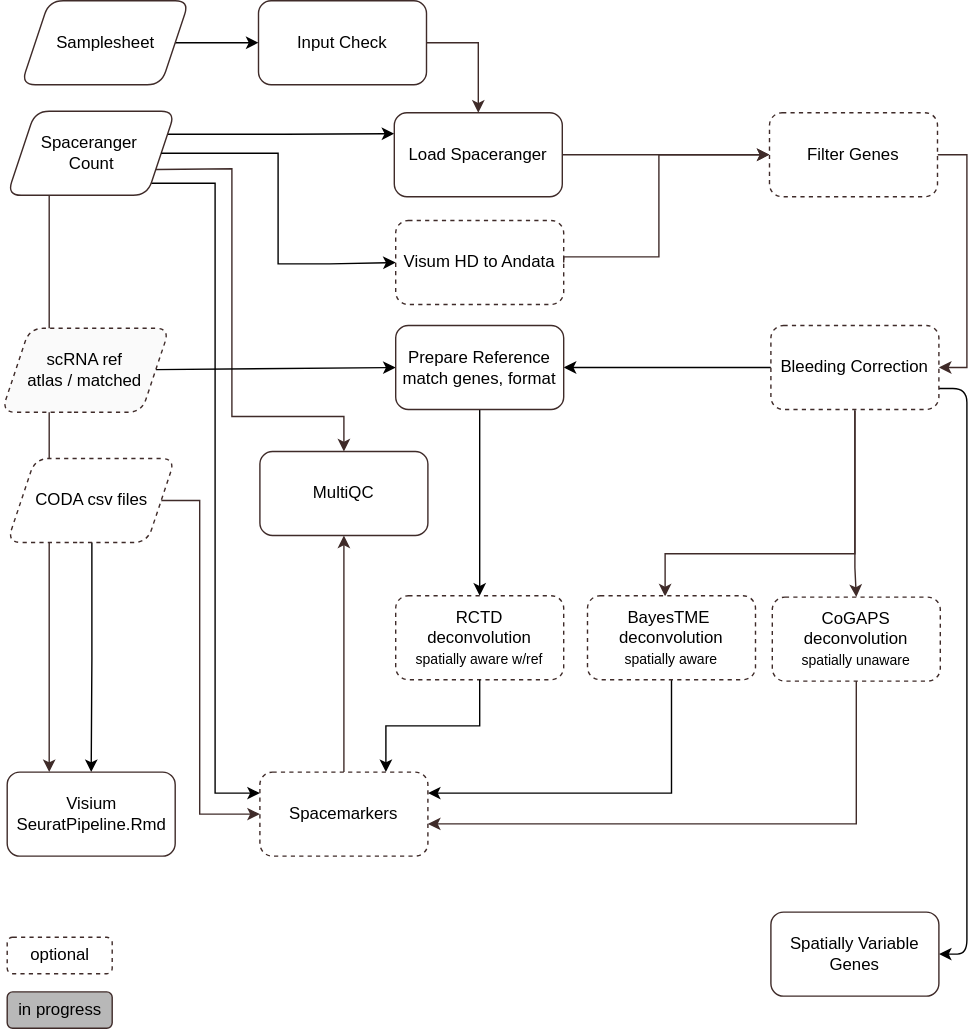
Before: assets/btc-visium.svg, a diagram exported from draw.io (break-through-cancer/btc-spatial-pipelines). Source tidied: cells renumbered, new cells last; positions are measured from the earlier drawing's top-left corner, leaving out a move shared by most shapes.
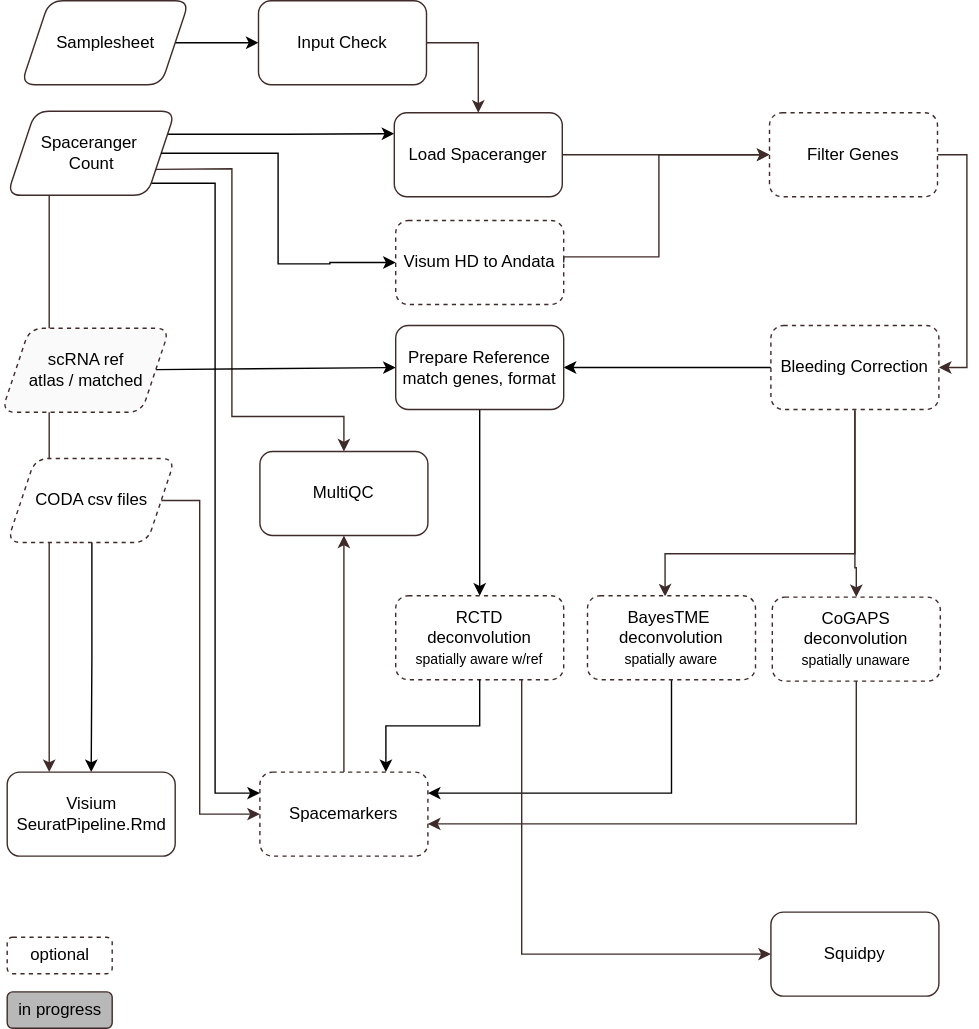
Later version of the same file.

Commit message:
move plotting to squidpy

Diff of the diagram source:
```diff
@@ -87,11 +87,10 @@
     <mxCell id="22" value="MultiQC" style="rounded=1;whiteSpace=wrap;html=1;strokeColor=#3F2B29;" parent="1" vertex="1">
       <mxGeometry x="185" y="322" width="120" height="60" as="geometry" />
     </mxCell>
-    <mxCell id="23" style="edgeStyle=orthogonalEdgeStyle;html=1;exitX=1;exitY=0.75;exitDx=0;exitDy=0;entryX=1;entryY=0.5;entryDx=0;entryDy=0;" parent="1" edge="1" source="25" target="31">
+    <mxCell id="23" style="edgeStyle=orthogonalEdgeStyle;rounded=0;jettySize=auto;html=1;exitX=0.75;exitY=1;exitDx=0;exitDy=0;strokeColor=#3F2B29;" parent="1" edge="1" source="37" target="31">
       <mxGeometry relative="1" as="geometry">
         <Array as="points">
-          <mxPoint x="690" y="277" />
-          <mxPoint x="690" y="681" />
+          <mxPoint x="372" y="681" />
         </Array>
       </mxGeometry>
     </mxCell>
@@ -122,7 +121,7 @@
     <mxCell id="30" value="&lt;div&gt;Samplesheet&lt;/div&gt;" style="rounded=1;whiteSpace=wrap;html=1;strokeColor=#3F2B29;shape=parallelogram;boundedLbl=1;perimeter=parallelogramPerimeter;fixedSize=1;" parent="1" vertex="1">
       <mxGeometry x="14.5" width="120" height="60" as="geometry" />
     </mxCell>
-    <mxCell id="31" value="Spatially Variable Genes" style="rounded=1;whiteSpace=wrap;html=1;strokeColor=#3F2B29;" parent="1" vertex="1">
+    <mxCell id="31" value="Squidpy" style="rounded=1;whiteSpace=wrap;html=1;strokeColor=#3F2B29;" parent="1" vertex="1">
       <mxGeometry x="550" y="651" width="120" height="60" as="geometry" />
     </mxCell>
     <mxCell id="32" value="optional" style="rounded=1;whiteSpace=wrap;html=1;fillColor=#FFFFFF;strokeColor=#3F2B29;dashed=1;" parent="1" vertex="1">
```
